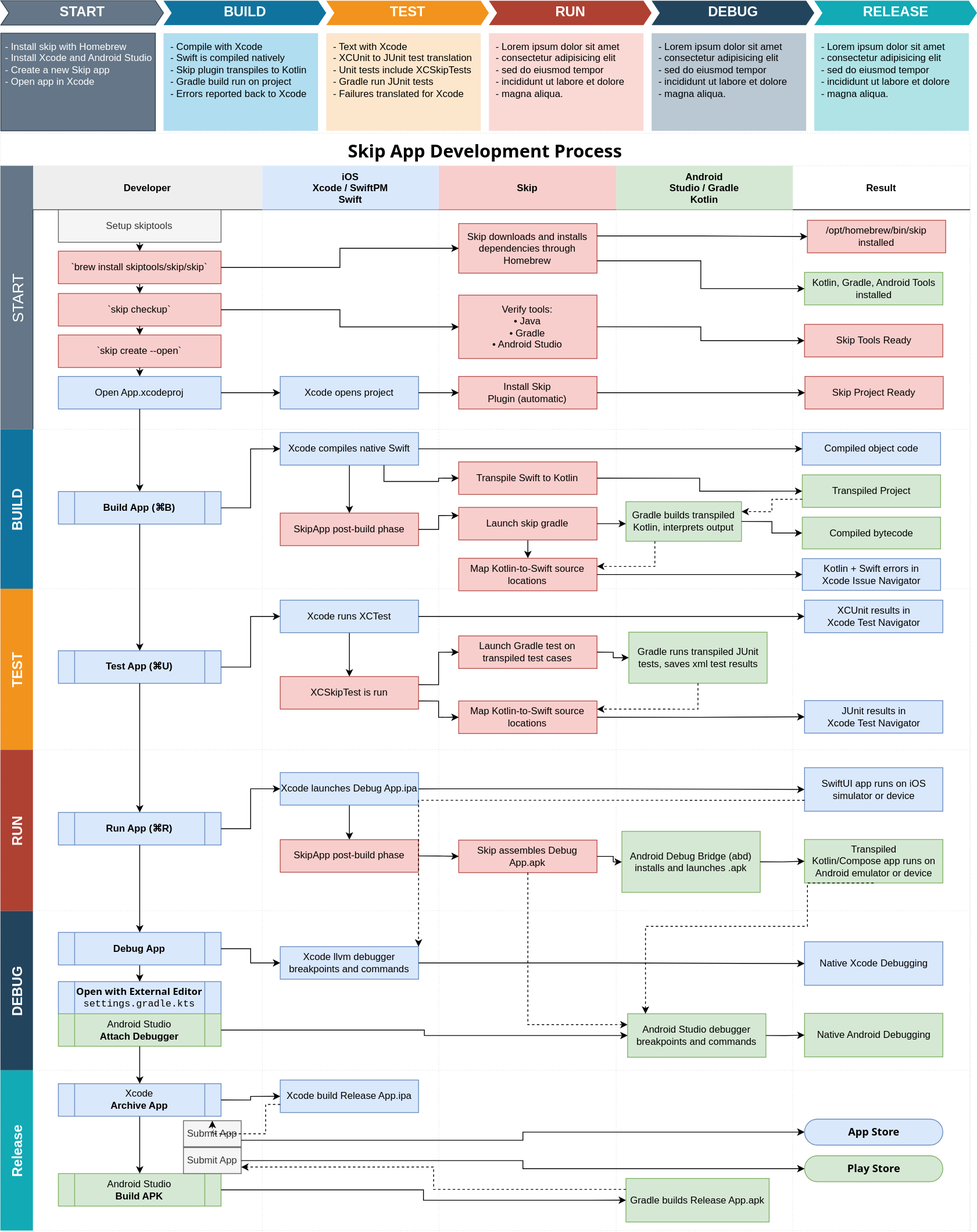
This is skip_dev_process.drawio.svg from skiptools/assets.skip.tools, a draw.io export, as it was before one commit. Source tidied: cells renumbered, new cells last; positions are measured from the earlier drawing's top-left corner, leaving out a move shared by most shapes.
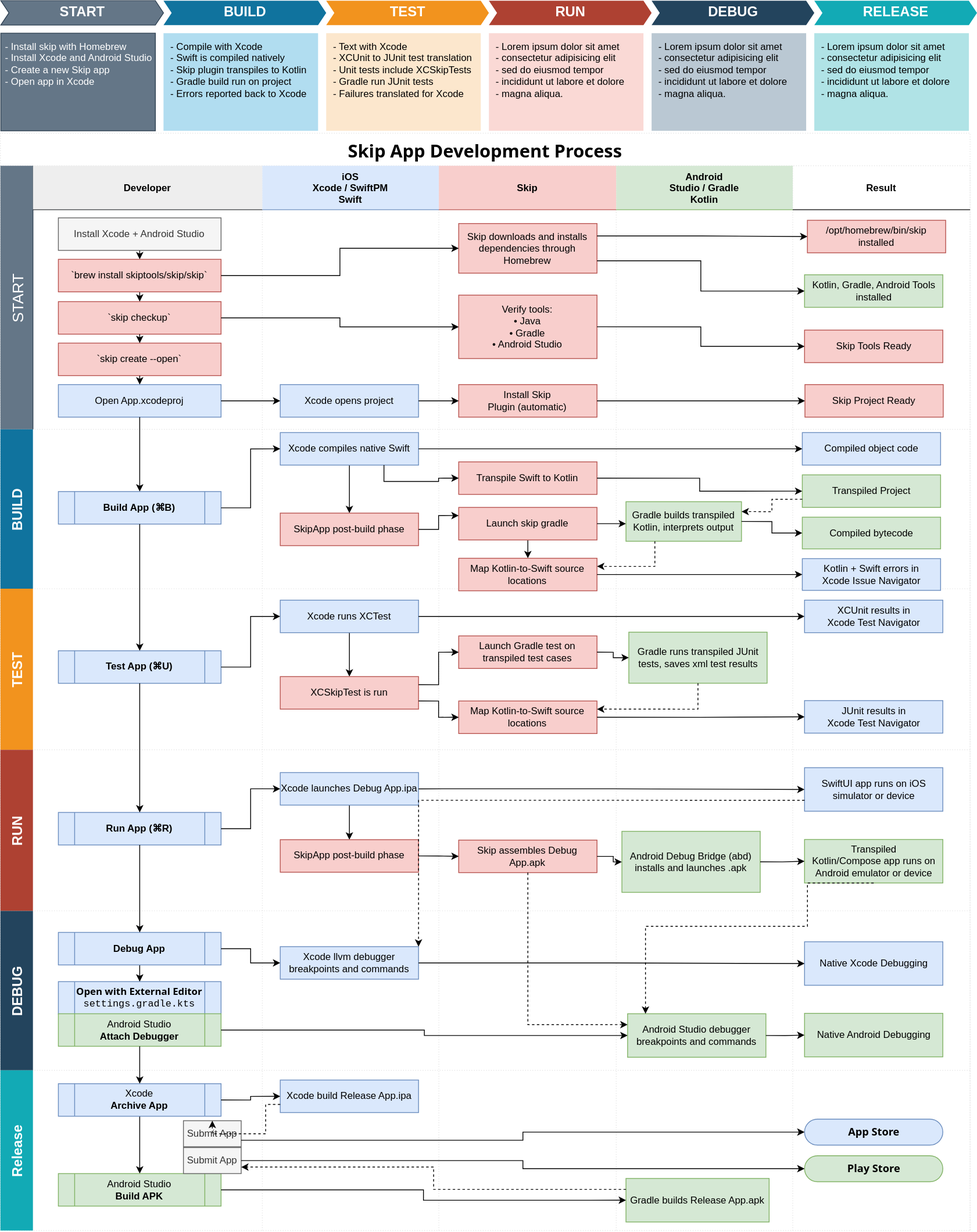
The same file after the commit.

Diff of the diagram source:
```diff
@@ -14,14 +14,14 @@
     <mxCell id="5" style="edgeStyle=orthogonalEdgeStyle;rounded=0;jettySize=auto;html=1;exitX=0.5;exitY=1;exitDx=0;exitDy=0;entryX=0.5;entryY=0;entryDx=0;entryDy=0;" parent="4" edge="1" source="6" target="11">
       <mxGeometry relative="1" as="geometry" />
     </mxCell>
-    <mxCell id="6" value="Setup skiptools" style="rounded=0;whiteSpace=wrap;html=1;fillColor=#f5f5f5;fontColor=#333333;strokeColor=#666666;flipV=0;" parent="4" vertex="1">
-      <mxGeometry x="31.2" y="54" width="200" height="40" as="geometry" />
+    <mxCell id="6" value="Install Xcode + Android Studio" style="rounded=0;whiteSpace=wrap;html=1;fillColor=#f5f5f5;fontColor=#333333;strokeColor=#666666;flipV=0;" parent="4" vertex="1">
+      <mxGeometry x="31.2" y="64" width="200" height="40" as="geometry" />
     </mxCell>
     <mxCell id="7" value="`skip checkup`" style="rounded=0;whiteSpace=wrap;html=1;fillColor=#f8cecc;strokeColor=#b85450;flipV=0;" parent="4" vertex="1">
-      <mxGeometry x="31.2" y="157" width="200" height="40" as="geometry" />
+      <mxGeometry x="31.2" y="167" width="200" height="40" as="geometry" />
     </mxCell>
     <mxCell id="8" value="`skip create --open`" style="rounded=0;whiteSpace=wrap;html=1;fillColor=#f8cecc;strokeColor=#b85450;flipV=0;" parent="4" vertex="1">
-      <mxGeometry x="31.2" y="208" width="200" height="40" as="geometry" />
+      <mxGeometry x="31.2" y="218" width="200" height="40" as="geometry" />
     </mxCell>
     <mxCell id="9" style="edgeStyle=orthogonalEdgeStyle;rounded=0;jettySize=auto;html=1;exitX=0.5;exitY=1;exitDx=0;exitDy=0;entryX=0.5;entryY=0;entryDx=0;entryDy=0;" parent="4" edge="1" source="7" target="8">
       <mxGeometry relative="1" as="geometry" />
@@ -30,7 +30,7 @@
       <mxGeometry relative="1" as="geometry" />
     </mxCell>
     <mxCell id="11" value="`brew install skiptools/skip/skip`" style="rounded=0;whiteSpace=wrap;html=1;fillColor=#f8cecc;strokeColor=#b85450;flipV=0;" parent="4" vertex="1">
-      <mxGeometry x="31.2" y="105" width="200" height="40" as="geometry" />
+      <mxGeometry x="31.2" y="115" width="200" height="40" as="geometry" />
     </mxCell>
     <mxCell id="12" value="iOS&#10;Xcode / SwiftPM&#10;Swift" style="swimlane;swimlaneHead=0;swimlaneBody=0;fillColor=#dae8fc;startSize=54;fontStyle=1;strokeColor=#6c8ebf;" parent="3" vertex="1">
       <mxGeometry x="322" width="217" height="324" as="geometry" />
@@ -39,10 +39,10 @@
       <mxGeometry x="-158" y="196" width="153" height="127" as="geometry" />
     </mxCell>
     <mxCell id="14" value="Open App.xcodeproj" style="rounded=0;whiteSpace=wrap;html=1;fillColor=#dae8fc;strokeColor=#6c8ebf;flipV=0;" parent="13" vertex="1">
-      <mxGeometry x="-92.8" y="63" width="200" height="40" as="geometry" />
+      <mxGeometry x="-92.8" y="73" width="200" height="40" as="geometry" />
     </mxCell>
     <mxCell id="15" value="Xcode opens project" style="rounded=0;whiteSpace=wrap;html=1;fillColor=#dae8fc;strokeColor=#6c8ebf;" parent="12" vertex="1">
-      <mxGeometry x="22" y="259" width="170" height="40" as="geometry" />
+      <mxGeometry x="22" y="269" width="170" height="40" as="geometry" />
     </mxCell>
     <mxCell id="16" style="edgeStyle=orthogonalEdgeStyle;rounded=0;jettySize=auto;html=1;" parent="12" edge="1" source="14" target="15">
       <mxGeometry relative="1" as="geometry" />
@@ -51,7 +51,7 @@
       <mxGeometry x="539" width="218" height="324" as="geometry" />
     </mxCell>
     <mxCell id="18" value="Install Skip&lt;br&gt;Plugin (automatic)" style="rounded=0;whiteSpace=wrap;html=1;fillColor=#f8cecc;strokeColor=#b85450;" parent="17" vertex="1">
-      <mxGeometry x="24.4" y="259" width="170" height="40" as="geometry" />
+      <mxGeometry x="24.4" y="269" width="170" height="40" as="geometry" />
     </mxCell>
     <mxCell id="19" value="Verify tools:&lt;br&gt;• Java&lt;br&gt;• Gradle&lt;br&gt;• Android Studio" style="rounded=0;whiteSpace=wrap;html=1;fillColor=#f8cecc;strokeColor=#b85450;" parent="17" vertex="1">
       <mxGeometry x="24.4" y="159" width="170" height="78" as="geometry" />
@@ -66,16 +66,16 @@
       <mxGeometry x="974" width="218" height="324" as="geometry" />
     </mxCell>
     <mxCell id="23" value="Skip Tools Ready" style="rounded=0;whiteSpace=wrap;html=1;fillColor=#f8cecc;strokeColor=#b85450;" parent="22" vertex="1">
-      <mxGeometry x="14.5" y="195" width="170" height="40" as="geometry" />
+      <mxGeometry x="14.5" y="202" width="170" height="40" as="geometry" />
     </mxCell>
     <mxCell id="24" value="/opt/homebrew/bin/skip&lt;br&gt;installed" style="rounded=0;whiteSpace=wrap;html=1;fillColor=#f8cecc;strokeColor=#b85450;" parent="22" vertex="1">
       <mxGeometry x="18" y="67" width="170" height="40" as="geometry" />
     </mxCell>
     <mxCell id="25" value="Skip Project Ready" style="rounded=0;whiteSpace=wrap;html=1;fillColor=#f8cecc;strokeColor=#b85450;" parent="22" vertex="1">
-      <mxGeometry x="15" y="259" width="170" height="40" as="geometry" />
+      <mxGeometry x="15" y="269" width="170" height="40" as="geometry" />
     </mxCell>
     <mxCell id="26" value="Kotlin, Gradle, Android Tools installed" style="rounded=0;whiteSpace=wrap;html=1;fillColor=#d5e8d4;strokeColor=#82b366;" parent="22" vertex="1">
-      <mxGeometry x="14.5" y="131" width="170" height="40" as="geometry" />
+      <mxGeometry x="14.5" y="134" width="170" height="40" as="geometry" />
     </mxCell>
     <mxCell id="27" style="edgeStyle=orthogonalEdgeStyle;rounded=0;jettySize=auto;html=1;" parent="3" edge="1" source="15" target="18">
       <mxGeometry relative="1" as="geometry" />
```
